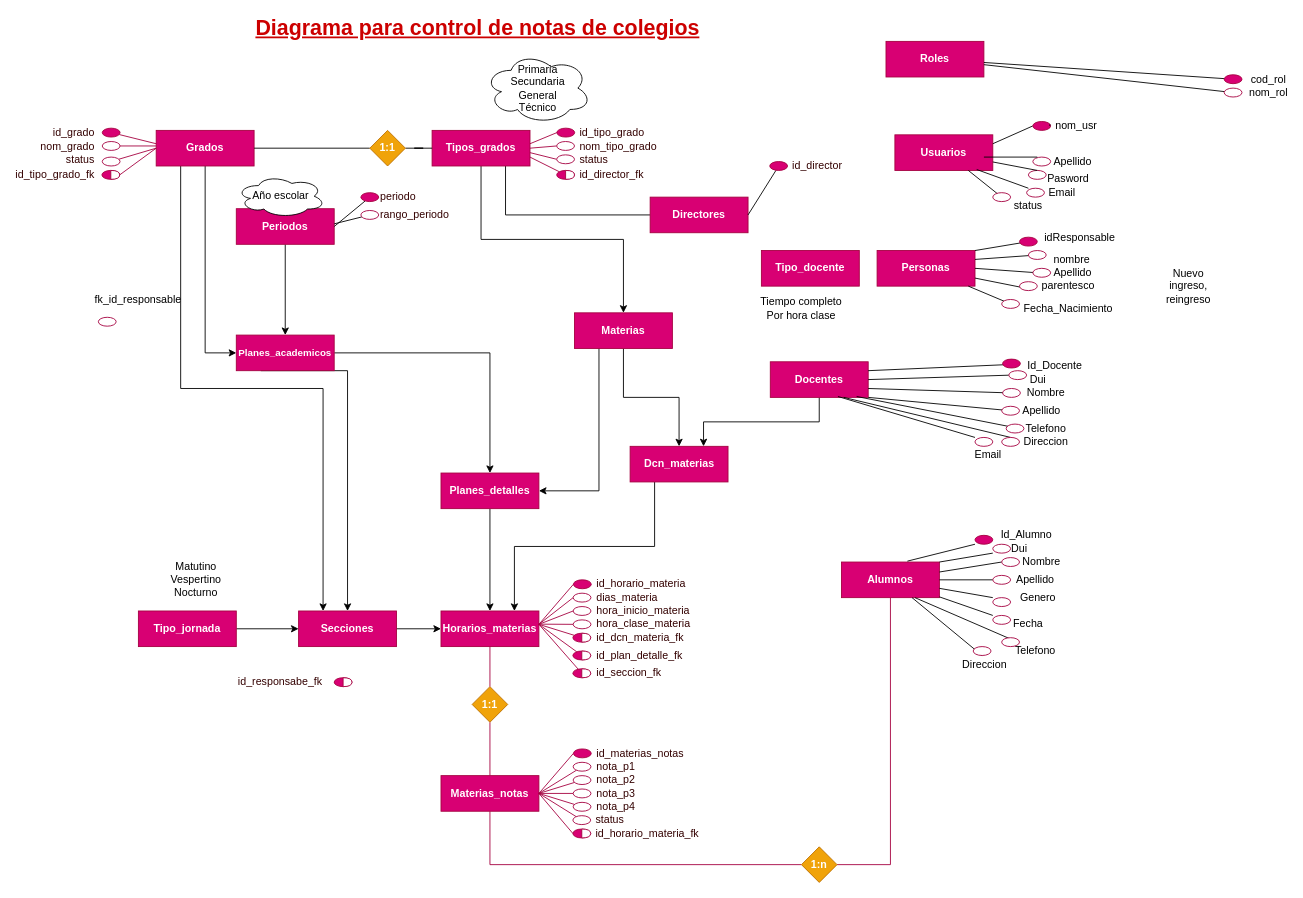
The draw.io diagram dsiw2_diagrama_notas.drawio in w-vasquez/dsiw2, before the edit. Source tidied: cells renumbered, new cells numbered last; positions are measured from the earlier drawing's top-left corner, leaving out a move shared by most shapes. Both pictures are drawn from the tidied source at 89%, with x=0, y=0 at pixel (18, 19).
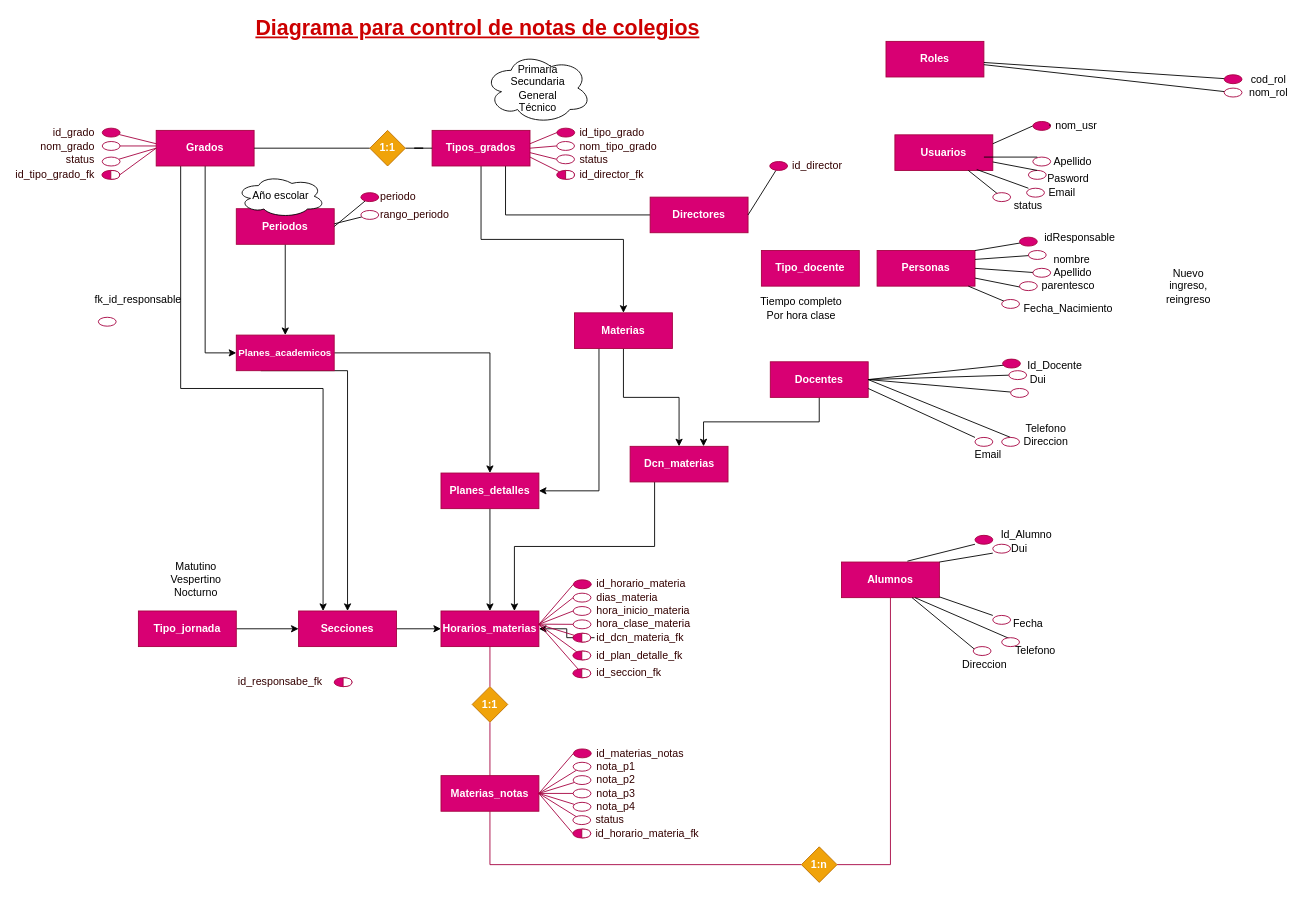
After the change.

Unchanged cells that the change refers to:
```xml
<mxCell id="11" value="Docentes" style="rounded=0;whiteSpace=wrap;html=1;fillColor=#d80073;strokeColor=#A50040;fontColor=#ffffff;fontStyle=1;" parent="1" vertex="1">
  <mxGeometry x="845" y="385" width="110" height="40" as="geometry" />
</mxCell>
<mxCell id="13" value="Alumnos" style="rounded=0;whiteSpace=wrap;html=1;fillColor=#d80073;strokeColor=#A50040;fontColor=#ffffff;fontStyle=1;" parent="1" vertex="1">
  <mxGeometry x="925" y="610" width="110" height="40" as="geometry" />
</mxCell>
<mxCell id="33" value="Horarios_materias" style="rounded=0;whiteSpace=wrap;html=1;fillColor=#d80073;strokeColor=#A50040;fontColor=#ffffff;fontStyle=1;" parent="1" vertex="1">
  <mxGeometry x="475" y="665" width="110" height="40" as="geometry" />
</mxCell>
<mxCell id="119" value="Telefono" style="text;html=1;strokeColor=none;fillColor=none;align=center;verticalAlign=middle;whiteSpace=wrap;rounded=0;" parent="1" vertex="1">
  <mxGeometry x="1115" y="450" width="80" height="20" as="geometry" />
</mxCell>
<mxCell id="166" value="id_dcn_materia_fk" style="text;html=1;strokeColor=none;fillColor=none;align=left;verticalAlign=middle;whiteSpace=wrap;rounded=0;labelBackgroundColor=none;fontSize=12;labelPosition=center;verticalLabelPosition=middle;textDirection=ltr;fontColor=#330000;" parent="1" vertex="1">
  <mxGeometry x="647.5" y="685" width="87.5" height="20" as="geometry" />
</mxCell>
```

What changed in the source:
```diff
@@
-    <mxCell id="103" style="rounded=0;jettySize=auto;html=1;fontSize=10;sketch=0;shadow=0;endArrow=none;endFill=0;entryX=1;entryY=0.25;entryDx=0;entryDy=0;" parent="1" edge="1" target="11">
+    <mxCell id="103" style="rounded=0;jettySize=auto;html=1;fontSize=10;sketch=0;shadow=0;endArrow=none;endFill=0;entryX=1;entryY=0.5;entryDx=0;entryDy=0;" parent="1" edge="1" target="11">
       <mxGeometry relative="1" as="geometry">
         <mxPoint x="1115" y="388" as="sourcePoint" />
       </mxGeometry>
     </mxCell>
@@
-    <mxCell id="112" style="rounded=0;jettySize=auto;html=1;fontSize=10;sketch=0;shadow=0;endArrow=none;endFill=0;entryX=1;entryY=0.75;entryDx=0;entryDy=0;" parent="1" edge="1" target="11">
-      <mxGeometry relative="1" as="geometry">
-        <mxPoint x="1115" y="420" as="sourcePoint" />
-      </mxGeometry>
-    </mxCell>
-    <mxCell id="113" style="ellipse;whiteSpace=wrap;html=1;strokeColor=#A50040;fontColor=#ffffff;fillColor=#FFFFFF;" parent="1" vertex="1">
-      <mxGeometry x="1106" y="415" width="20" height="10" as="geometry" />
-    </mxCell>
-    <mxCell id="114" value="Nombre" style="text;html=1;strokeColor=none;fillColor=none;align=center;verticalAlign=middle;whiteSpace=wrap;rounded=0;" parent="1" vertex="1">
-      <mxGeometry x="1115" y="410" width="80" height="20" as="geometry" />
-    </mxCell>
-    <mxCell id="115" style="rounded=0;jettySize=auto;html=1;fontSize=10;sketch=0;shadow=0;endArrow=none;endFill=0;entryX=1;entryY=1;entryDx=0;entryDy=0;" parent="1" edge="1" target="11">
-      <mxGeometry relative="1" as="geometry">
-        <mxPoint x="1115" y="440" as="sourcePoint" />
-      </mxGeometry>
-    </mxCell>
-    <mxCell id="116" value="Apellido" style="text;html=1;strokeColor=none;fillColor=none;align=center;verticalAlign=middle;whiteSpace=wrap;rounded=0;" parent="1" vertex="1">
-      <mxGeometry x="1110" y="430" width="80" height="20" as="geometry" />
-    </mxCell>
-    <mxCell id="117" style="ellipse;whiteSpace=wrap;html=1;strokeColor=#A50040;fontColor=#ffffff;fillColor=#FFFFFF;" parent="1" vertex="1">
-      <mxGeometry x="1105" y="435" width="20" height="10" as="geometry" />
-    </mxCell>
-    <mxCell id="118" style="rounded=0;jettySize=auto;html=1;fontSize=10;sketch=0;shadow=0;endArrow=none;endFill=0;entryX=0.882;entryY=0.975;entryDx=0;entryDy=0;entryPerimeter=0;" parent="1" edge="1" target="11">
+    <mxCell id="118" style="rounded=0;jettySize=auto;html=1;fontSize=10;sketch=0;shadow=0;endArrow=none;endFill=0;entryX=1;entryY=0.5;entryDx=0;entryDy=0;" parent="1" edge="1" target="11">
       <mxGeometry relative="1" as="geometry">
-        <mxPoint x="1125" y="460" as="sourcePoint" />
+        <mxPoint x="1115" y="419" as="sourcePoint" />
       </mxGeometry>
     </mxCell>
@@
     <mxCell id="120" style="ellipse;whiteSpace=wrap;html=1;strokeColor=#A50040;fontColor=#ffffff;fillColor=#FFFFFF;" parent="1" vertex="1">
-      <mxGeometry x="1110" y="455" width="20" height="10" as="geometry" />
+      <mxGeometry x="1115" y="415" width="20" height="10" as="geometry" />
     </mxCell>
-    <mxCell id="121" style="rounded=0;jettySize=auto;html=1;fontSize=10;sketch=0;shadow=0;endArrow=none;endFill=0;entryX=0.75;entryY=1;entryDx=0;entryDy=0;exitX=0;exitY=1;exitDx=0;exitDy=0;" parent="1" edge="1" source="119" target="11">
+    <mxCell id="121" style="rounded=0;jettySize=auto;html=1;fontSize=10;sketch=0;shadow=0;endArrow=none;endFill=0;entryX=1;entryY=0.5;entryDx=0;entryDy=0;exitX=0;exitY=1;exitDx=0;exitDy=0;" parent="1" edge="1" source="119" target="11">
       <mxGeometry relative="1" as="geometry" />
     </mxCell>
@@
-    <mxCell id="124" style="rounded=0;jettySize=auto;html=1;fontSize=10;sketch=0;shadow=0;endArrow=none;endFill=0;entryX=0.691;entryY=0.975;entryDx=0;entryDy=0;entryPerimeter=0;" parent="1" edge="1" target="11">
+    <mxCell id="124" style="rounded=0;jettySize=auto;html=1;fontSize=10;sketch=0;shadow=0;endArrow=none;endFill=0;entryX=1;entryY=0.75;entryDx=0;entryDy=0;" parent="1" edge="1" target="11">
       <mxGeometry relative="1" as="geometry">
         <mxPoint x="1075" y="470" as="sourcePoint" />
       </mxGeometry>
     </mxCell>
@@
-    <mxCell id="132" style="rounded=0;jettySize=auto;html=1;fontSize=10;sketch=0;shadow=0;endArrow=none;endFill=0;" parent="1" edge="1" target="13">
-      <mxGeometry relative="1" as="geometry">
-        <mxPoint x="1105" y="610" as="sourcePoint" />
-      </mxGeometry>
-    </mxCell>
-    <mxCell id="133" style="ellipse;whiteSpace=wrap;html=1;strokeColor=#A50040;fontColor=#ffffff;fillColor=#FFFFFF;" parent="1" vertex="1">
-      <mxGeometry x="1105" y="605" width="20" height="10" as="geometry" />
-    </mxCell>
-    <mxCell id="134" style="rounded=0;jettySize=auto;html=1;fontSize=10;sketch=0;shadow=0;endArrow=none;endFill=0;entryX=1;entryY=0.5;entryDx=0;entryDy=0;" parent="1" edge="1" target="13">
-      <mxGeometry relative="1" as="geometry">
-        <mxPoint x="1095" y="630" as="sourcePoint" />
-      </mxGeometry>
-    </mxCell>
-    <mxCell id="135" style="ellipse;whiteSpace=wrap;html=1;strokeColor=#A50040;fontColor=#ffffff;fillColor=#FFFFFF;" parent="1" vertex="1">
-      <mxGeometry x="1095" y="625" width="20" height="10" as="geometry" />
-    </mxCell>
-    <mxCell id="136" style="rounded=0;jettySize=auto;html=1;fontSize=10;sketch=0;shadow=0;endArrow=none;endFill=0;" parent="1" edge="1" target="13">
-      <mxGeometry relative="1" as="geometry">
-        <mxPoint x="1095" y="650" as="sourcePoint" />
-      </mxGeometry>
-    </mxCell>
-    <mxCell id="137" style="ellipse;whiteSpace=wrap;html=1;strokeColor=#A50040;fontColor=#ffffff;fillColor=#FFFFFF;" parent="1" vertex="1">
-      <mxGeometry x="1095" y="650" width="20" height="10" as="geometry" />
-    </mxCell>
@@
-    <mxCell id="140" value="Nombre" style="text;html=1;strokeColor=none;fillColor=none;align=center;verticalAlign=middle;whiteSpace=wrap;rounded=0;" parent="1" vertex="1">
-      <mxGeometry x="1110" y="600" width="80" height="20" as="geometry" />
-    </mxCell>
-    <mxCell id="141" value="Apellido" style="text;html=1;strokeColor=none;fillColor=none;align=center;verticalAlign=middle;whiteSpace=wrap;rounded=0;" parent="1" vertex="1">
-      <mxGeometry x="1103" y="620" width="80" height="20" as="geometry" />
-    </mxCell>
-    <mxCell id="142" value="Genero" style="text;html=1;strokeColor=none;fillColor=none;align=center;verticalAlign=middle;whiteSpace=wrap;rounded=0;" parent="1" vertex="1">
-      <mxGeometry x="1106" y="640" width="80" height="20" as="geometry" />
-    </mxCell>
@@
+    <mxCell id="234" style="edgeStyle=orthogonalEdgeStyle;rounded=0;jettySize=auto;html=1;" parent="1" edge="1" source="166" target="33">
+      <mxGeometry relative="1" as="geometry" />
+    </mxCell>
```
